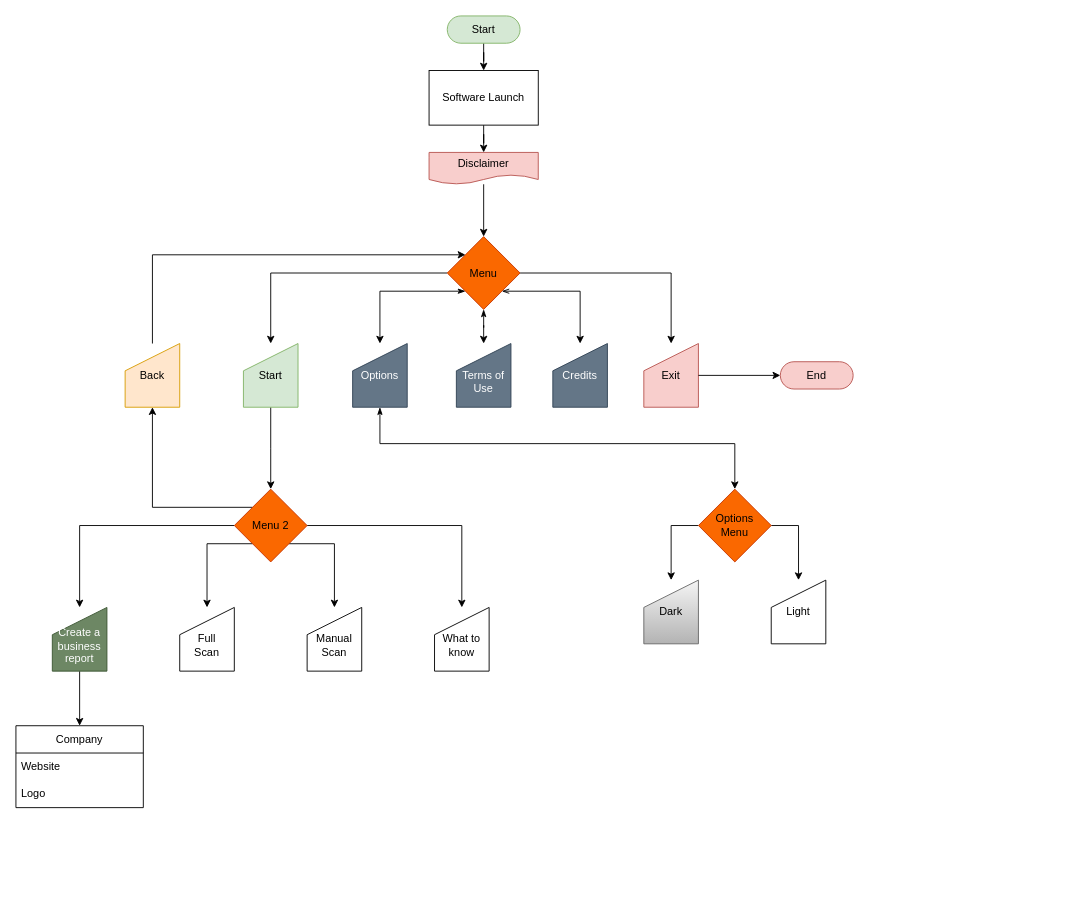
This is draw.io/PenAutomate.drawio from GigiMad/PenAutomate, a draw.io file, before an edit. Source tidied: cells renumbered, new cells numbered last; positions are measured from the earlier drawing's top-left corner, leaving out a move shared by most shapes. Both pictures are drawn from the tidied source at 91%, with x=0, y=0 at pixel (15, 15).
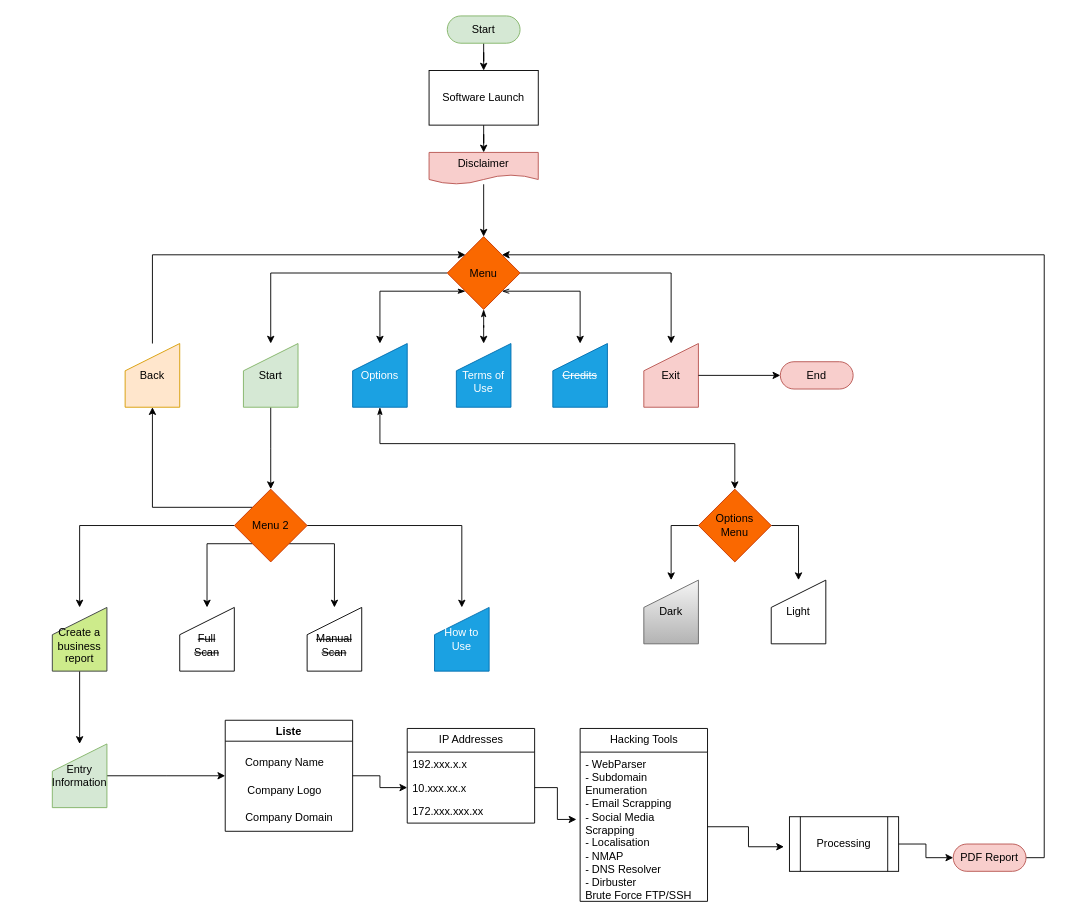
The same page after the edit.

The change refers to these unchanged cells:
```xml
<mxCell id="13" value="Menu" style="rhombus;whiteSpace=wrap;html=1;dashed=0;fillColor=#fa6800;strokeColor=#C73500;fontColor=#000000;" parent="1" vertex="1">
  <mxGeometry x="474" y="242.5" width="80" height="80" as="geometry" />
</mxCell>
<mxCell id="20" value="Start" style="shape=manualInput;whiteSpace=wrap;html=1;fillColor=#d5e8d4;strokeColor=#82b366;" parent="1" vertex="1">
  <mxGeometry x="250" y="360" width="60" height="70" as="geometry" />
</mxCell>
<mxCell id="28" value="Menu 2" style="rhombus;whiteSpace=wrap;html=1;dashed=0;fillColor=#fa6800;strokeColor=#C73500;fontColor=#000000;" parent="1" vertex="1">
  <mxGeometry x="240" y="520" width="80" height="80" as="geometry" />
</mxCell>
```

Change to the diagram source:
```diff
@@
-    <mxCell id="14" value="&lt;br&gt;Terms of&lt;br&gt;Use" style="shape=manualInput;whiteSpace=wrap;html=1;fillColor=#647687;strokeColor=#314354;fontColor=#ffffff;" parent="1" vertex="1">
+    <mxCell id="14" value="&lt;br&gt;Terms of&lt;br&gt;Use" style="shape=manualInput;whiteSpace=wrap;html=1;fillColor=#1ba1e2;strokeColor=#006EAF;fontColor=#ffffff;" parent="1" vertex="1">
       <mxGeometry x="484" y="360" width="60" height="70" as="geometry" />
     </mxCell>
-    <mxCell id="15" value="Credits" style="shape=manualInput;whiteSpace=wrap;html=1;fillColor=#647687;strokeColor=#314354;fontColor=#ffffff;" parent="1" vertex="1">
+    <mxCell id="15" value="&lt;strike&gt;Credits&lt;/strike&gt;" style="shape=manualInput;whiteSpace=wrap;html=1;fillColor=#1ba1e2;strokeColor=#006EAF;fontColor=#ffffff;" parent="1" vertex="1">
       <mxGeometry x="590" y="360" width="60" height="70" as="geometry" />
     </mxCell>
@@
-    <mxCell id="18" value="Options" style="shape=manualInput;whiteSpace=wrap;html=1;fillColor=#647687;fontColor=#ffffff;strokeColor=#314354;" parent="1" vertex="1">
+    <mxCell id="18" value="Options" style="shape=manualInput;whiteSpace=wrap;html=1;fillColor=#1ba1e2;fontColor=#ffffff;strokeColor=#006EAF;" parent="1" vertex="1">
       <mxGeometry x="370" y="360" width="60" height="70" as="geometry" />
     </mxCell>
-    <mxCell id="19" style="edgeStyle=orthogonalEdgeStyle;rounded=0;jettySize=auto;html=1;" parent="1" edge="1" source="20">
-      <mxGeometry relative="1" as="geometry">
-        <mxPoint x="280" y="520" as="targetPoint" />
-      </mxGeometry>
-    </mxCell>
+    <mxCell id="44" style="edgeStyle=orthogonalEdgeStyle;rounded=0;jettySize=auto;html=1;" parent="1" edge="1" source="20">
+      <mxGeometry relative="1" as="geometry">
+        <mxPoint x="280" y="520" as="targetPoint" />
+      </mxGeometry>
+    </mxCell>
@@
-    <mxCell id="25" style="edgeStyle=orthogonalEdgeStyle;rounded=0;jettySize=auto;html=1;exitX=1;exitY=0.5;exitDx=0;exitDy=0;entryX=0.5;entryY=0;entryDx=0;entryDy=0;" parent="1" edge="1" source="28" target="33">
-      <mxGeometry relative="1" as="geometry" />
-    </mxCell>
+    <mxCell id="45" style="edgeStyle=orthogonalEdgeStyle;rounded=0;jettySize=auto;html=1;exitX=1;exitY=0.5;exitDx=0;exitDy=0;entryX=0.5;entryY=0;entryDx=0;entryDy=0;" parent="1" edge="1" source="28" target="47">
+      <mxGeometry relative="1" as="geometry" />
+    </mxCell>
@@
-    <mxCell id="29" value="&lt;br&gt;Full&lt;br&gt;Scan" style="shape=manualInput;whiteSpace=wrap;html=1;" parent="1" vertex="1">
+    <mxCell id="29" value="&lt;strike&gt;&lt;br&gt;Full&lt;br&gt;Scan&lt;/strike&gt;" style="shape=manualInput;whiteSpace=wrap;html=1;" parent="1" vertex="1">
       <mxGeometry x="180" y="650" width="60" height="70" as="geometry" />
     </mxCell>
-    <mxCell id="30" value="&lt;br&gt;Manual&lt;br&gt;Scan" style="shape=manualInput;whiteSpace=wrap;html=1;" parent="1" vertex="1">
+    <mxCell id="30" value="&lt;strike&gt;&lt;br&gt;Manual&lt;br&gt;Scan&lt;/strike&gt;" style="shape=manualInput;whiteSpace=wrap;html=1;" parent="1" vertex="1">
       <mxGeometry x="320" y="650" width="60" height="70" as="geometry" />
     </mxCell>
-    <mxCell id="31" style="edgeStyle=orthogonalEdgeStyle;rounded=0;jettySize=auto;html=1;exitX=0.5;exitY=1;exitDx=0;exitDy=0;entryX=0.5;entryY=0;entryDx=0;entryDy=0;" parent="1" edge="1" source="32" target="41">
-      <mxGeometry relative="1" as="geometry" />
-    </mxCell>
+    <mxCell id="46" style="edgeStyle=orthogonalEdgeStyle;rounded=0;jettySize=auto;html=1;exitX=0.5;exitY=1;exitDx=0;exitDy=0;entryX=0.5;entryY=0;entryDx=0;entryDy=0;" parent="1" edge="1" source="32" target="59">
+      <mxGeometry relative="1" as="geometry" />
+    </mxCell>
-    <mxCell id="32" value="&lt;br&gt;Create a business&lt;br&gt;report" style="shape=manualInput;whiteSpace=wrap;html=1;fillColor=#6d8764;fontColor=#ffffff;strokeColor=#3A5431;" parent="1" vertex="1">
+    <mxCell id="32" value="&lt;br&gt;Create a business&lt;br&gt;report" style="shape=manualInput;whiteSpace=wrap;html=1;fillColor=#cdeb8b;strokeColor=#36393d;" parent="1" vertex="1">
       <mxGeometry x="40" y="650" width="60" height="70" as="geometry" />
     </mxCell>
-    <mxCell id="33" value="&lt;br&gt;What to know" style="shape=manualInput;whiteSpace=wrap;html=1;" parent="1" vertex="1">
-      <mxGeometry x="460" y="650" width="60" height="70" as="geometry" />
-    </mxCell>
+    <mxCell id="47" value="How to Use" style="shape=manualInput;whiteSpace=wrap;html=1;fillColor=#1ba1e2;strokeColor=#006EAF;fontColor=#ffffff;" parent="1" vertex="1">
+      <mxGeometry x="460" y="650" width="60" height="70" as="geometry" />
+    </mxCell>
@@
-    <mxCell id="41" value="Company" style="swimlane;fontStyle=0;horizontal=1;startSize=30;whiteSpace=wrap;html=1;" parent="1" vertex="1">
-      <mxGeometry y="780" width="140" height="90" as="geometry" />
-    </mxCell>
-    <mxCell id="42" value="Website" style="text;strokeColor=none;fillColor=none;align=left;verticalAlign=middle;spacingLeft=4;spacingRight=4;overflow=hidden;whiteSpace=wrap;html=1;" parent="41" vertex="1">
-      <mxGeometry y="30" width="140" height="30" as="geometry" />
-    </mxCell>
-    <mxCell id="43" value="Logo" style="text;strokeColor=none;fillColor=none;align=left;verticalAlign=middle;spacingLeft=4;spacingRight=4;overflow=hidden;whiteSpace=wrap;html=1;" parent="41" vertex="1">
-      <mxGeometry y="60" width="140" height="30" as="geometry" />
-    </mxCell>
+    <mxCell id="48" style="edgeStyle=orthogonalEdgeStyle;rounded=0;jettySize=auto;html=1;entryX=0;entryY=0.5;entryDx=0;entryDy=0;" parent="1" edge="1" source="49" target="56">
+      <mxGeometry relative="1" as="geometry" />
+    </mxCell>
+    <mxCell id="49" value="Liste" style="swimlane;" parent="1" vertex="1">
+      <mxGeometry x="230" y="774" width="140" height="122" as="geometry" />
+    </mxCell>
+    <mxCell id="50" value="Company Name" style="text;html=1;align=center;verticalAlign=middle;strokeColor=none;fillColor=none;" parent="49" vertex="1">
+      <mxGeometry x="10" y="32" width="110" height="30" as="geometry" />
+    </mxCell>
+    <mxCell id="51" value="Company Logo" style="text;html=1;align=center;verticalAlign=middle;strokeColor=none;fillColor=none;" parent="49" vertex="1">
+      <mxGeometry x="15" y="62" width="100" height="30" as="geometry" />
+    </mxCell>
+    <mxCell id="52" value="Company Domain" style="text;html=1;align=center;verticalAlign=middle;strokeColor=none;fillColor=none;" parent="49" vertex="1">
+      <mxGeometry x="10" y="92" width="120" height="30" as="geometry" />
+    </mxCell>
+    <mxCell id="53" value="Processing" style="shape=process;whiteSpace=wrap;html=1;backgroundOutline=1;" parent="1" vertex="1">
+      <mxGeometry x="850" y="880" width="120" height="60" as="geometry" />
+    </mxCell>
+    <mxCell id="54" value="IP Addresses" style="swimlane;fontStyle=0;horizontal=1;startSize=26;fillColor=none;html=1;" parent="1" vertex="1">
+      <mxGeometry x="430" y="783" width="140" height="104" as="geometry" />
+    </mxCell>
+    <mxCell id="55" value="192.xxx.x.x" style="text;strokeColor=none;fillColor=none;align=left;verticalAlign=top;spacingLeft=4;spacingRight=4;overflow=hidden;whiteSpace=wrap;html=1;" parent="54" vertex="1">
+      <mxGeometry y="26" width="140" height="26" as="geometry" />
+    </mxCell>
+    <mxCell id="56" value="10.xxx.xx.x" style="text;strokeColor=none;fillColor=none;align=left;verticalAlign=top;spacingLeft=4;spacingRight=4;overflow=hidden;points=[[0,0.5],[1,0.5]];portConstraint=eastwest;whiteSpace=wrap;html=1;" parent="54" vertex="1">
+      <mxGeometry y="52" width="140" height="26" as="geometry" />
+    </mxCell>
+    <mxCell id="57" value="172.xxx.xxx.xx" style="text;strokeColor=none;fillColor=none;align=left;verticalAlign=top;spacingLeft=4;spacingRight=4;overflow=hidden;whiteSpace=wrap;html=1;" parent="54" vertex="1">
+      <mxGeometry y="78" width="140" height="26" as="geometry" />
+    </mxCell>
+    <mxCell id="58" style="edgeStyle=orthogonalEdgeStyle;rounded=0;jettySize=auto;html=1;exitX=1;exitY=0.5;exitDx=0;exitDy=0;" parent="1" edge="1" source="59">
+      <mxGeometry relative="1" as="geometry">
+        <mxPoint x="230" y="835" as="targetPoint" />
+      </mxGeometry>
+    </mxCell>
+    <mxCell id="59" value="Entry&lt;div&gt;Information&lt;/div&gt;" style="shape=manualInput;whiteSpace=wrap;html=1;fillColor=#d5e8d4;strokeColor=#82b366;" parent="1" vertex="1">
+      <mxGeometry x="40" y="800" width="60" height="70" as="geometry" />
+    </mxCell>
+    <mxCell id="60" value="Hacking Tools" style="swimlane;fontStyle=0;horizontal=1;startSize=26;fillColor=none;html=1;" parent="1" vertex="1">
+      <mxGeometry x="620" y="783" width="140" height="190" as="geometry" />
+    </mxCell>
+    <mxCell id="61" value="- WebParser&lt;div&gt;- Subdomain Enumeration&lt;/div&gt;&lt;div&gt;- Email Scrapping&lt;/div&gt;&lt;div&gt;- Social Media Scrapping&lt;/div&gt;&lt;div&gt;- Localisation&lt;/div&gt;&lt;div&gt;- NMAP&lt;/div&gt;&lt;div&gt;- DNS Resolver&lt;/div&gt;&lt;div&gt;- Dirbuster&lt;/div&gt;&lt;div&gt;Brute Force FTP/SSH&lt;/div&gt;" style="text;strokeColor=none;fillColor=none;align=left;verticalAlign=top;spacingLeft=4;spacingRight=4;overflow=hidden;points=[[0,0.5],[1,0.5]];portConstraint=eastwest;whiteSpace=wrap;html=1;" parent="60" vertex="1">
+      <mxGeometry y="26" width="140" height="164" as="geometry" />
+    </mxCell>
+    <mxCell id="62" style="edgeStyle=orthogonalEdgeStyle;rounded=0;jettySize=auto;html=1;entryX=-0.029;entryY=0.451;entryDx=0;entryDy=0;entryPerimeter=0;" parent="1" edge="1" source="56" target="61">
+      <mxGeometry relative="1" as="geometry" />
+    </mxCell>
+    <mxCell id="63" style="edgeStyle=orthogonalEdgeStyle;rounded=0;jettySize=auto;html=1;entryX=-0.05;entryY=0.55;entryDx=0;entryDy=0;entryPerimeter=0;" parent="1" edge="1" source="61" target="53">
+      <mxGeometry relative="1" as="geometry" />
+    </mxCell>
+    <mxCell id="64" style="edgeStyle=orthogonalEdgeStyle;rounded=0;jettySize=auto;html=1;entryX=1;entryY=0;entryDx=0;entryDy=0;" parent="1" edge="1" source="65" target="13">
+      <mxGeometry relative="1" as="geometry">
+        <Array as="points">
+          <mxPoint x="1130" y="925" />
+          <mxPoint x="1130" y="263" />
+        </Array>
+      </mxGeometry>
+    </mxCell>
+    <mxCell id="65" value="PDF Report" style="html=1;dashed=0;whiteSpace=wrap;shape=mxgraph.dfd.start;fillColor=#f8cecc;strokeColor=#b85450;" parent="1" vertex="1">
+      <mxGeometry x="1030" y="910" width="80" height="30" as="geometry" />
+    </mxCell>
+    <mxCell id="66" style="edgeStyle=orthogonalEdgeStyle;rounded=0;jettySize=auto;html=1;entryX=0;entryY=0.5;entryDx=0;entryDy=0;entryPerimeter=0;" parent="1" edge="1" source="53" target="65">
+      <mxGeometry relative="1" as="geometry" />
+    </mxCell>
```
